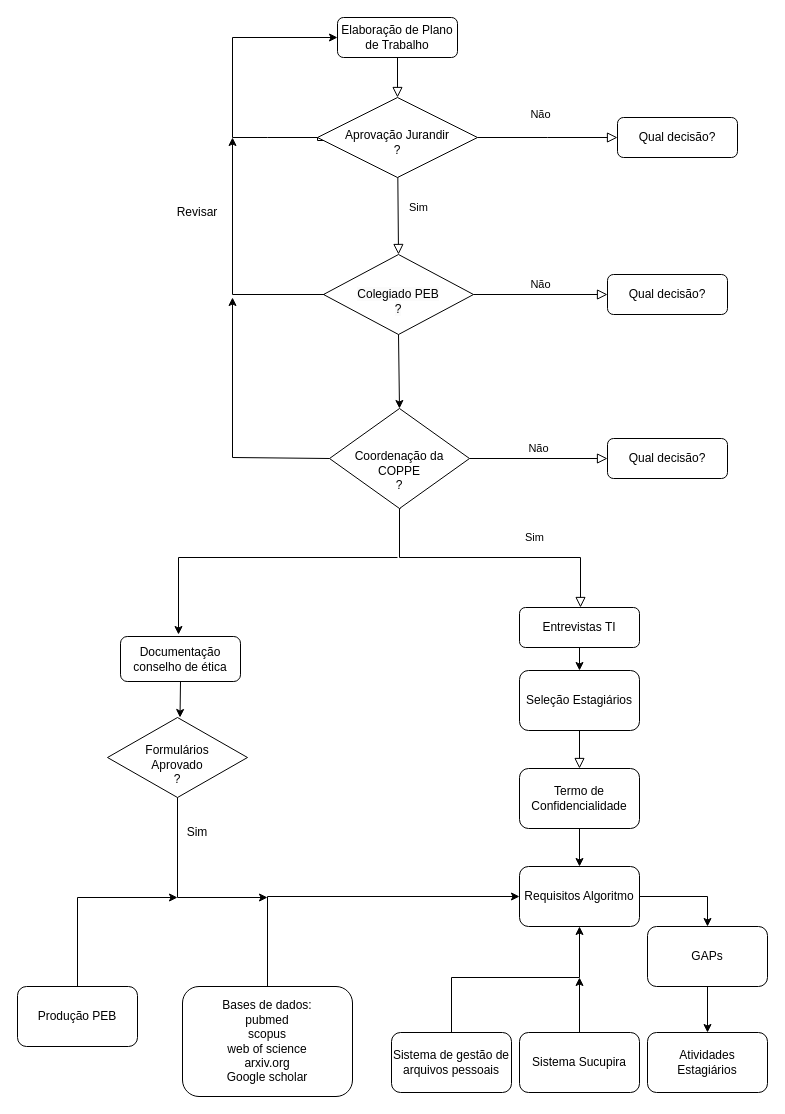
The draw.io diagram Untitled Diagram.drawio in lucecerqueira/Balanceamento_dados, before the edit. Source tidied: cells renumbered, new cells numbered last; positions are measured from the earlier drawing's top-left corner, leaving out a move shared by most shapes. Both pictures are drawn from the tidied source at 100%, with x=0, y=0 at pixel (17, 17).
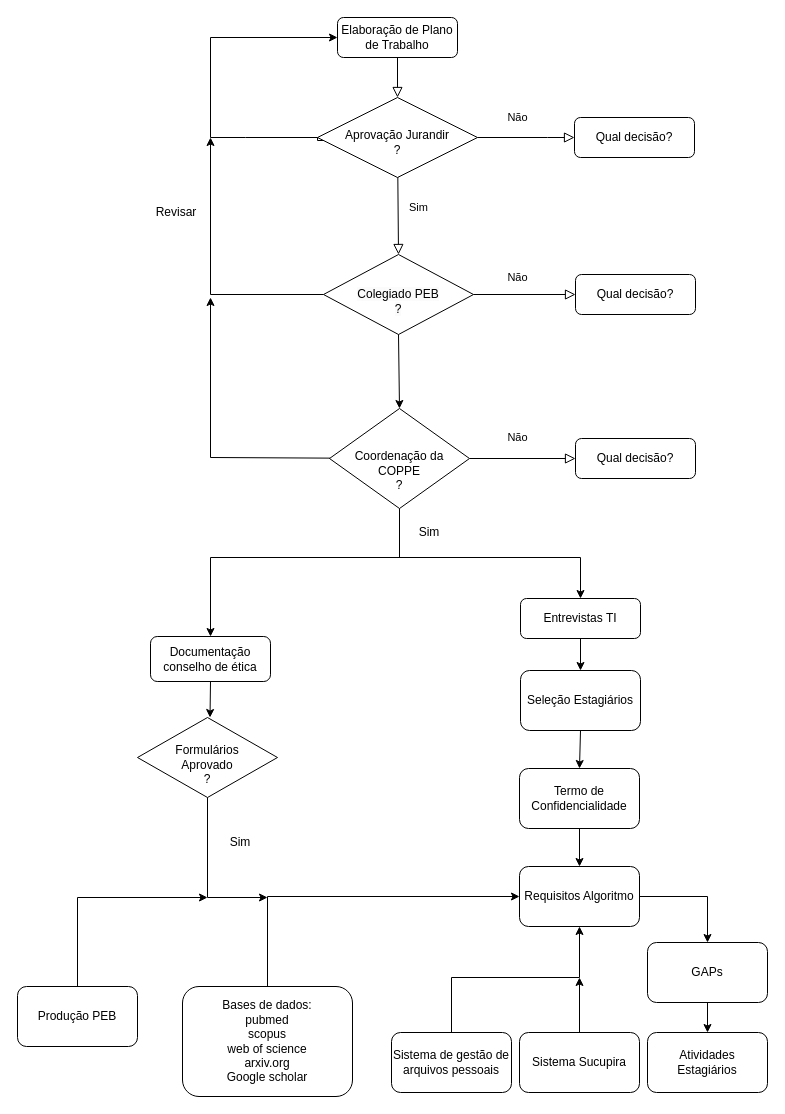
The same diagram, later.

Unchanged cells that the change refers to:
```xml
<mxCell id="3" value="Elaboração de Plano de Trabalho" style="rounded=1;whiteSpace=wrap;html=1;fontSize=12;glass=0;strokeWidth=1;shadow=0;" parent="1" vertex="1">
  <mxGeometry x="320" width="120" height="40" as="geometry" />
</mxCell>
<mxCell id="6" value="&lt;br&gt;Aprovação Jurandir&lt;br&gt;?" style="rhombus;whiteSpace=wrap;html=1;shadow=0;fontFamily=Helvetica;fontSize=12;align=center;strokeWidth=1;spacing=6;spacingTop=-4;" parent="1" vertex="1">
  <mxGeometry x="300" y="80" width="160" height="80" as="geometry" />
</mxCell>
<mxCell id="10" value="&lt;br&gt;&lt;br&gt;Coordenação da COPPE&lt;br&gt;?" style="rhombus;whiteSpace=wrap;html=1;shadow=0;fontFamily=Helvetica;fontSize=12;align=center;strokeWidth=1;spacing=6;spacingTop=-4;" parent="1" vertex="1">
  <mxGeometry x="312" y="391" width="140" height="100" as="geometry" />
</mxCell>
<mxCell id="13" value="Termo de Confidencialidade" style="rounded=1;whiteSpace=wrap;html=1;" parent="1" vertex="1">
  <mxGeometry x="502" y="751" width="120" height="60" as="geometry" />
</mxCell>
<mxCell id="26" value="&lt;span style=&quot;color: rgb(0, 0, 0); font-family: Helvetica; font-size: 12px; font-style: normal; font-variant-ligatures: normal; font-variant-caps: normal; font-weight: 400; letter-spacing: normal; orphans: 2; text-align: center; text-indent: 0px; text-transform: none; widows: 2; word-spacing: 0px; -webkit-text-stroke-width: 0px; background-color: rgb(251, 251, 251); text-decoration-thickness: initial; text-decoration-style: initial; text-decoration-color: initial; float: none; display: inline !important;&quot;&gt;&lt;br&gt;Colegiado PEB&lt;br&gt;?&lt;br&gt;&lt;/span&gt;" style="rhombus;whiteSpace=wrap;html=1;" parent="1" vertex="1">
  <mxGeometry x="306" y="237" width="150" height="80" as="geometry" />
</mxCell>
<mxCell id="42" value="Produção PEB" style="rounded=1;whiteSpace=wrap;html=1;" parent="1" vertex="1">
  <mxGeometry y="969" width="120" height="60" as="geometry" />
</mxCell>
```

What changed in the source:
```diff
@@
     <mxCell id="5" value="Não" style="edgeStyle=orthogonalEdgeStyle;rounded=0;html=1;jettySize=auto;fontSize=11;endArrow=block;endFill=0;endSize=8;strokeWidth=1;shadow=0;labelBackgroundColor=none;exitX=1;exitY=0.5;exitDx=0;exitDy=0;" parent="1" edge="1" source="6" target="7">
-      <mxGeometry x="-0.1" y="23" relative="1" as="geometry">
+      <mxGeometry x="-0.18" y="20" relative="1" as="geometry">
         <Array as="points">
           <mxPoint x="530" y="120" />
           <mxPoint x="530" y="120" />
         </Array>
       </mxGeometry>
     </mxCell>
@@
     <mxCell id="7" value="Qual decisão?" style="rounded=1;whiteSpace=wrap;html=1;fontSize=12;glass=0;strokeWidth=1;shadow=0;" parent="1" vertex="1">
-      <mxGeometry x="600" y="100" width="120" height="40" as="geometry" />
+      <mxGeometry x="557" y="100" width="120" height="40" as="geometry" />
     </mxCell>
-    <mxCell id="8" value="Sim" style="rounded=0;html=1;jettySize=auto;orthogonalLoop=1;fontSize=11;endArrow=block;endFill=0;endSize=8;strokeWidth=1;shadow=0;labelBackgroundColor=none;edgeStyle=orthogonalEdgeStyle;entryX=0.5;entryY=0;entryDx=0;entryDy=0;exitX=0.5;exitY=1;exitDx=0;exitDy=0;" parent="1" edge="1">
-      <mxGeometry x="0.32" y="20" relative="1" as="geometry">
-        <mxPoint x="383" y="491" as="sourcePoint" />
-        <mxPoint x="563" y="590" as="targetPoint" />
-        <Array as="points">
-          <mxPoint x="382" y="540" />
-          <mxPoint x="563" y="540" />
-        </Array>
-      </mxGeometry>
-    </mxCell>
     <mxCell id="9" value="Não" style="edgeStyle=orthogonalEdgeStyle;rounded=0;html=1;jettySize=auto;fontSize=11;endArrow=block;endFill=0;endSize=8;strokeWidth=1;shadow=0;labelBackgroundColor=none;" parent="1" edge="1" source="10" target="12">
-      <mxGeometry y="10" relative="1" as="geometry" />
+      <mxGeometry x="-0.09" y="21" relative="1" as="geometry" />
     </mxCell>
@@
     <mxCell id="11" value="Entrevistas TI" style="rounded=1;whiteSpace=wrap;html=1;fontSize=12;glass=0;strokeWidth=1;shadow=0;" parent="1" vertex="1">
-      <mxGeometry x="502" y="590" width="120" height="40" as="geometry" />
+      <mxGeometry x="503" y="581" width="120" height="40" as="geometry" />
     </mxCell>
     <mxCell id="12" value="Qual decisão?" style="rounded=1;whiteSpace=wrap;html=1;fontSize=12;glass=0;strokeWidth=1;shadow=0;" parent="1" vertex="1">
-      <mxGeometry x="590" y="421" width="120" height="40" as="geometry" />
+      <mxGeometry x="558" y="421" width="120" height="40" as="geometry" />
     </mxCell>
@@
-    <mxCell id="14" style="rounded=0;html=1;jettySize=auto;fontSize=11;endArrow=block;endFill=0;endSize=8;strokeWidth=1;shadow=0;labelBackgroundColor=none;edgeStyle=orthogonalEdgeStyle;entryX=0.5;entryY=0;entryDx=0;entryDy=0;exitX=0.5;exitY=1;exitDx=0;exitDy=0;" parent="1" edge="1" source="15" target="13">
-      <mxGeometry x="0.33" y="20" relative="1" as="geometry" />
-    </mxCell>
     <mxCell id="15" value="Seleção Estagiários" style="rounded=1;whiteSpace=wrap;html=1;" parent="1" vertex="1">
-      <mxGeometry x="502" y="653" width="120" height="60" as="geometry" />
+      <mxGeometry x="503" y="653" width="120" height="60" as="geometry" />
     </mxCell>
@@
     <mxCell id="19" value="GAPs" style="rounded=1;whiteSpace=wrap;html=1;" parent="1" vertex="1">
-      <mxGeometry x="630" y="909" width="120" height="60" as="geometry" />
+      <mxGeometry x="630" y="925" width="120" height="60" as="geometry" />
     </mxCell>
@@
     <mxCell id="24" value="Qual decisão?" style="rounded=1;whiteSpace=wrap;html=1;fontSize=12;glass=0;strokeWidth=1;shadow=0;" parent="1" vertex="1">
-      <mxGeometry x="590" y="257" width="120" height="40" as="geometry" />
+      <mxGeometry x="558" y="257" width="120" height="40" as="geometry" />
     </mxCell>
     <mxCell id="25" value="Não" style="edgeStyle=orthogonalEdgeStyle;rounded=0;html=1;jettySize=auto;fontSize=11;endArrow=block;endFill=0;endSize=8;strokeWidth=1;shadow=0;labelBackgroundColor=none;entryX=0;entryY=0.5;entryDx=0;entryDy=0;exitX=1;exitY=0.5;exitDx=0;exitDy=0;" parent="1" edge="1" source="26" target="24">
-      <mxGeometry y="10" relative="1" as="geometry" />
+      <mxGeometry x="-0.14" y="17" relative="1" as="geometry" />
     </mxCell>
@@
-    <mxCell id="28" style="endArrow=classic;html=1;rounded=0;entryX=0;entryY=0.5;entryDx=0;entryDy=0;exitX=0;exitY=0.5;exitDx=0;exitDy=0;entryPerimeter=0;" parent="1" edge="1" source="6" target="3">
+    <mxCell id="28" style="endArrow=classic;html=1;rounded=0;entryX=0;entryY=0.5;entryDx=0;entryDy=0;exitX=0;exitY=0.5;exitDx=0;exitDy=0;" parent="1" edge="1" source="6" target="3">
       <mxGeometry relative="1" as="geometry">
         <Array as="points">
-          <mxPoint x="250" y="120" />
-          <mxPoint x="215" y="120" />
-          <mxPoint x="215" y="20" />
+          <mxPoint x="228" y="120" />
+          <mxPoint x="193" y="120" />
+          <mxPoint x="193" y="20" />
         </Array>
       </mxGeometry>
     </mxCell>
     <mxCell id="29" value="Revisar" style="text;html=1;strokeColor=none;fillColor=none;align=center;verticalAlign=middle;whiteSpace=wrap;rounded=0;" parent="1" vertex="1">
-      <mxGeometry x="150" y="180" width="60" height="30" as="geometry" />
+      <mxGeometry x="129" y="180" width="60" height="30" as="geometry" />
     </mxCell>
-    <mxCell id="30" style="endArrow=classic;html=1;rounded=0;exitX=0;exitY=0.5;exitDx=0;exitDy=0;" parent="1" edge="1">
+    <mxCell id="30" style="endArrow=classic;html=1;rounded=0;exitX=0;exitY=0.5;exitDx=0;exitDy=0;" parent="1" edge="1" source="26">
       <mxGeometry relative="1" as="geometry">
-        <mxPoint x="307" y="277" as="sourcePoint" />
-        <mxPoint x="215" y="120" as="targetPoint" />
+        <mxPoint x="193" y="120" as="targetPoint" />
         <Array as="points">
-          <mxPoint x="215" y="277" />
+          <mxPoint x="193" y="277" />
         </Array>
       </mxGeometry>
     </mxCell>
-    <mxCell id="31" style="endArrow=classic;html=1;rounded=0;exitX=0;exitY=0.5;exitDx=0;exitDy=0;" parent="1" edge="1" source="10">
+    <mxCell id="31" style="endArrow=classic;html=1;rounded=0;" parent="1" edge="1" source="10">
       <mxGeometry relative="1" as="geometry">
-        <mxPoint x="215" y="280" as="targetPoint" />
+        <mxPoint x="193" y="280" as="targetPoint" />
         <Array as="points">
-          <mxPoint x="215" y="440" />
+          <mxPoint x="193" y="440" />
         </Array>
       </mxGeometry>
     </mxCell>
     <mxCell id="32" value="Documentação conselho de ética" style="rounded=1;whiteSpace=wrap;html=1;" parent="1" vertex="1">
-      <mxGeometry x="103" y="619" width="120" height="45" as="geometry" />
+      <mxGeometry x="133" y="619" width="120" height="45" as="geometry" />
     </mxCell>
-    <mxCell id="33" style="endArrow=classic;html=1;rounded=0;entryX=0.433;entryY=-0.044;entryDx=0;entryDy=0;entryPerimeter=0;" parent="1" edge="1">
+    <mxCell id="33" style="endArrow=classic;html=1;rounded=0;" parent="1" edge="1" target="32">
       <mxGeometry relative="1" as="geometry">
-        <mxPoint x="380" y="540" as="sourcePoint" />
-        <mxPoint x="161" y="617" as="targetPoint" />
+        <mxPoint x="390" y="540" as="sourcePoint" />
         <Array as="points">
-          <mxPoint x="161" y="540" />
+          <mxPoint x="193" y="540" />
         </Array>
       </mxGeometry>
     </mxCell>
@@
     <mxCell id="35" value="Sim" style="text;html=1;strokeColor=none;fillColor=none;align=center;verticalAlign=middle;whiteSpace=wrap;rounded=0;" parent="1" vertex="1">
-      <mxGeometry x="150" y="800" width="60" height="30" as="geometry" />
+      <mxGeometry x="193" y="810" width="60" height="30" as="geometry" />
     </mxCell>
     <mxCell id="36" value="&lt;br&gt;Formulários&lt;br&gt;Aprovado&lt;br&gt;?" style="rhombus;whiteSpace=wrap;html=1;" parent="1" vertex="1">
-      <mxGeometry x="90" y="700" width="140" height="80" as="geometry" />
+      <mxGeometry x="120" y="700" width="140" height="80" as="geometry" />
     </mxCell>
@@
-    <mxCell id="38" style="endArrow=classic;html=1;rounded=0;" parent="1" edge="1">
+    <mxCell id="38" style="endArrow=classic;html=1;rounded=0;exitX=0.5;exitY=1;exitDx=0;exitDy=0;" parent="1" edge="1" source="36">
       <mxGeometry relative="1" as="geometry">
-        <mxPoint x="160" y="780" as="sourcePoint" />
         <mxPoint x="250" y="880" as="targetPoint" />
         <Array as="points">
-          <mxPoint x="160" y="880" />
+          <mxPoint x="190" y="880" />
         </Array>
       </mxGeometry>
     </mxCell>
@@
     <mxCell id="43" style="endArrow=classic;html=1;rounded=0;exitX=0.5;exitY=0;exitDx=0;exitDy=0;" parent="1" edge="1" source="42">
       <mxGeometry relative="1" as="geometry">
-        <mxPoint x="160" y="880" as="targetPoint" />
+        <mxPoint x="190" y="880" as="targetPoint" />
         <Array as="points">
           <mxPoint x="60" y="880" />
         </Array>
       </mxGeometry>
     </mxCell>
@@
+    <mxCell id="45" style="endArrow=classic;html=1;rounded=0;exitX=0.5;exitY=1;exitDx=0;exitDy=0;entryX=0.5;entryY=0;entryDx=0;entryDy=0;" parent="1" edge="1" source="10" target="11">
+      <mxGeometry relative="1" as="geometry">
+        <Array as="points">
+          <mxPoint x="382" y="540" />
+          <mxPoint x="563" y="540" />
+        </Array>
+      </mxGeometry>
+    </mxCell>
+    <mxCell id="14" style="endArrow=classic;html=1;rounded=0;exitX=0.5;exitY=1;exitDx=0;exitDy=0;entryX=0.5;entryY=0;entryDx=0;entryDy=0;" parent="1" edge="1" source="15" target="13">
+      <mxGeometry relative="1" as="geometry" />
+    </mxCell>
+    <mxCell id="8" value="Sim" style="text;html=1;strokeColor=none;fillColor=none;align=center;verticalAlign=middle;whiteSpace=wrap;rounded=0;" parent="1" vertex="1">
+      <mxGeometry x="382" y="500" width="60" height="30" as="geometry" />
+    </mxCell>
```
